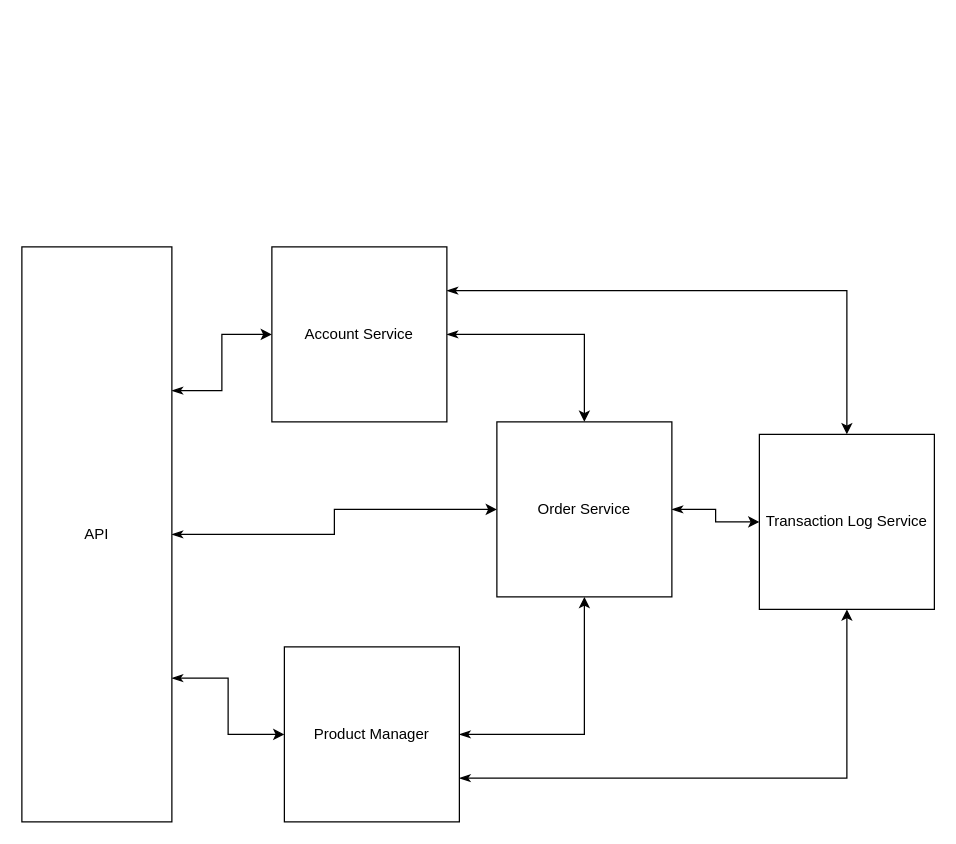
This is day1/lab_0.drawio from orvyl/apper-intro-microservices, a draw.io file, before an edit. Source tidied: cells renumbered, new cells numbered last; positions are measured from the earlier drawing's top-left corner, leaving out a move shared by most shapes. Both pictures are drawn from the tidied source at 125%, with x=0, y=0 at pixel (21, 246).
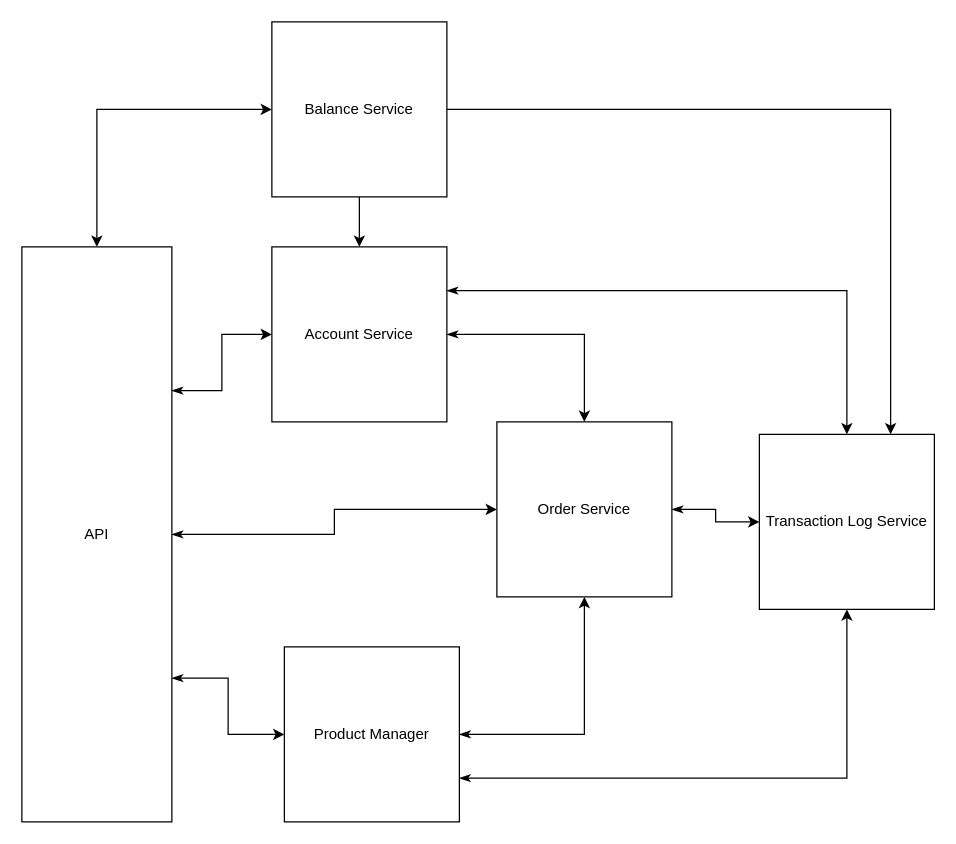
After the change.

The edit, as a diff of the source:
```diff
@@
 <mxGraphModel>
   <root>
     <mxCell id="0" />
     <mxCell id="1" parent="0" />
     <mxCell id="2" style="edgeStyle=orthogonalEdgeStyle;rounded=0;jettySize=auto;html=1;exitX=1;exitY=0.5;exitDx=0;exitDy=0;entryX=0.5;entryY=0;entryDx=0;entryDy=0;startArrow=classicThin;startFill=1;" parent="1" edge="1" source="4" target="9">
       <mxGeometry relative="1" as="geometry" />
     </mxCell>
     <mxCell id="3" style="edgeStyle=orthogonalEdgeStyle;rounded=0;jettySize=auto;html=1;exitX=1;exitY=0.25;exitDx=0;exitDy=0;entryX=0.5;entryY=0;entryDx=0;entryDy=0;startArrow=classicThin;startFill=1;" parent="1" edge="1" source="4" target="10">
       <mxGeometry relative="1" as="geometry" />
     </mxCell>
     <mxCell id="4" value="Account Service" style="whiteSpace=wrap;html=1;" parent="1" vertex="1">
       <mxGeometry x="200" width="140" height="140" as="geometry" />
     </mxCell>
     <mxCell id="5" style="edgeStyle=orthogonalEdgeStyle;rounded=0;jettySize=auto;html=1;exitX=1;exitY=0.5;exitDx=0;exitDy=0;entryX=0.5;entryY=1;entryDx=0;entryDy=0;startArrow=classicThin;startFill=1;" parent="1" edge="1" source="7" target="9">
       <mxGeometry relative="1" as="geometry" />
     </mxCell>
     <mxCell id="6" style="edgeStyle=orthogonalEdgeStyle;rounded=0;jettySize=auto;html=1;exitX=1;exitY=0.75;exitDx=0;exitDy=0;entryX=0.5;entryY=1;entryDx=0;entryDy=0;startArrow=classicThin;startFill=1;" parent="1" edge="1" source="7" target="10">
       <mxGeometry relative="1" as="geometry" />
     </mxCell>
     <mxCell id="7" value="Product Manager" style="whiteSpace=wrap;html=1;" parent="1" vertex="1">
       <mxGeometry x="210" y="320" width="140" height="140" as="geometry" />
     </mxCell>
     <mxCell id="8" style="edgeStyle=orthogonalEdgeStyle;rounded=0;jettySize=auto;html=1;exitX=1;exitY=0.5;exitDx=0;exitDy=0;entryX=0;entryY=0.5;entryDx=0;entryDy=0;startArrow=classicThin;startFill=1;" parent="1" edge="1" source="9" target="10">
       <mxGeometry relative="1" as="geometry" />
     </mxCell>
     <mxCell id="9" value="Order Service" style="whiteSpace=wrap;html=1;" parent="1" vertex="1">
       <mxGeometry x="380" y="140" width="140" height="140" as="geometry" />
     </mxCell>
     <mxCell id="10" value="Transaction Log Service" style="whiteSpace=wrap;html=1;" parent="1" vertex="1">
       <mxGeometry x="590" y="150" width="140" height="140" as="geometry" />
     </mxCell>
     <mxCell id="11" style="edgeStyle=orthogonalEdgeStyle;rounded=0;jettySize=auto;html=1;exitX=1;exitY=0.25;exitDx=0;exitDy=0;entryX=0;entryY=0.5;entryDx=0;entryDy=0;startArrow=classicThin;startFill=1;" parent="1" edge="1" source="14" target="4">
       <mxGeometry relative="1" as="geometry" />
     </mxCell>
     <mxCell id="12" style="edgeStyle=orthogonalEdgeStyle;rounded=0;jettySize=auto;html=1;exitX=1;exitY=0.75;exitDx=0;exitDy=0;entryX=0;entryY=0.5;entryDx=0;entryDy=0;startArrow=classicThin;startFill=1;" parent="1" edge="1" source="14" target="7">
       <mxGeometry relative="1" as="geometry" />
     </mxCell>
     <mxCell id="13" style="edgeStyle=orthogonalEdgeStyle;rounded=0;jettySize=auto;html=1;exitX=1;exitY=0.5;exitDx=0;exitDy=0;startArrow=classicThin;startFill=1;" parent="1" edge="1" source="14" target="9">
       <mxGeometry relative="1" as="geometry" />
     </mxCell>
     <mxCell id="14" value="API" style="rounded=0;whiteSpace=wrap;html=1;" parent="1" vertex="1">
       <mxGeometry width="120" height="460" as="geometry" />
     </mxCell>
+    <mxCell id="15" style="edgeStyle=orthogonalEdgeStyle;rounded=0;jettySize=auto;html=1;" parent="1" edge="1" source="18" target="4">
+      <mxGeometry relative="1" as="geometry" />
+    </mxCell>
+    <mxCell id="16" style="edgeStyle=orthogonalEdgeStyle;rounded=0;jettySize=auto;html=1;entryX=0.75;entryY=0;entryDx=0;entryDy=0;" parent="1" edge="1" source="18" target="10">
+      <mxGeometry relative="1" as="geometry" />
+    </mxCell>
+    <mxCell id="17" style="edgeStyle=orthogonalEdgeStyle;rounded=0;jettySize=auto;html=1;exitX=0;exitY=0.5;exitDx=0;exitDy=0;entryX=0.5;entryY=0;entryDx=0;entryDy=0;startArrow=classic;startFill=1;" parent="1" edge="1" source="18" target="14">
+      <mxGeometry relative="1" as="geometry" />
+    </mxCell>
+    <mxCell id="18" value="Balance Service" style="whiteSpace=wrap;html=1;" parent="1" vertex="1">
+      <mxGeometry x="200" y="-180" width="140" height="140" as="geometry" />
+    </mxCell>
   </root>
 </mxGraphModel>
```
